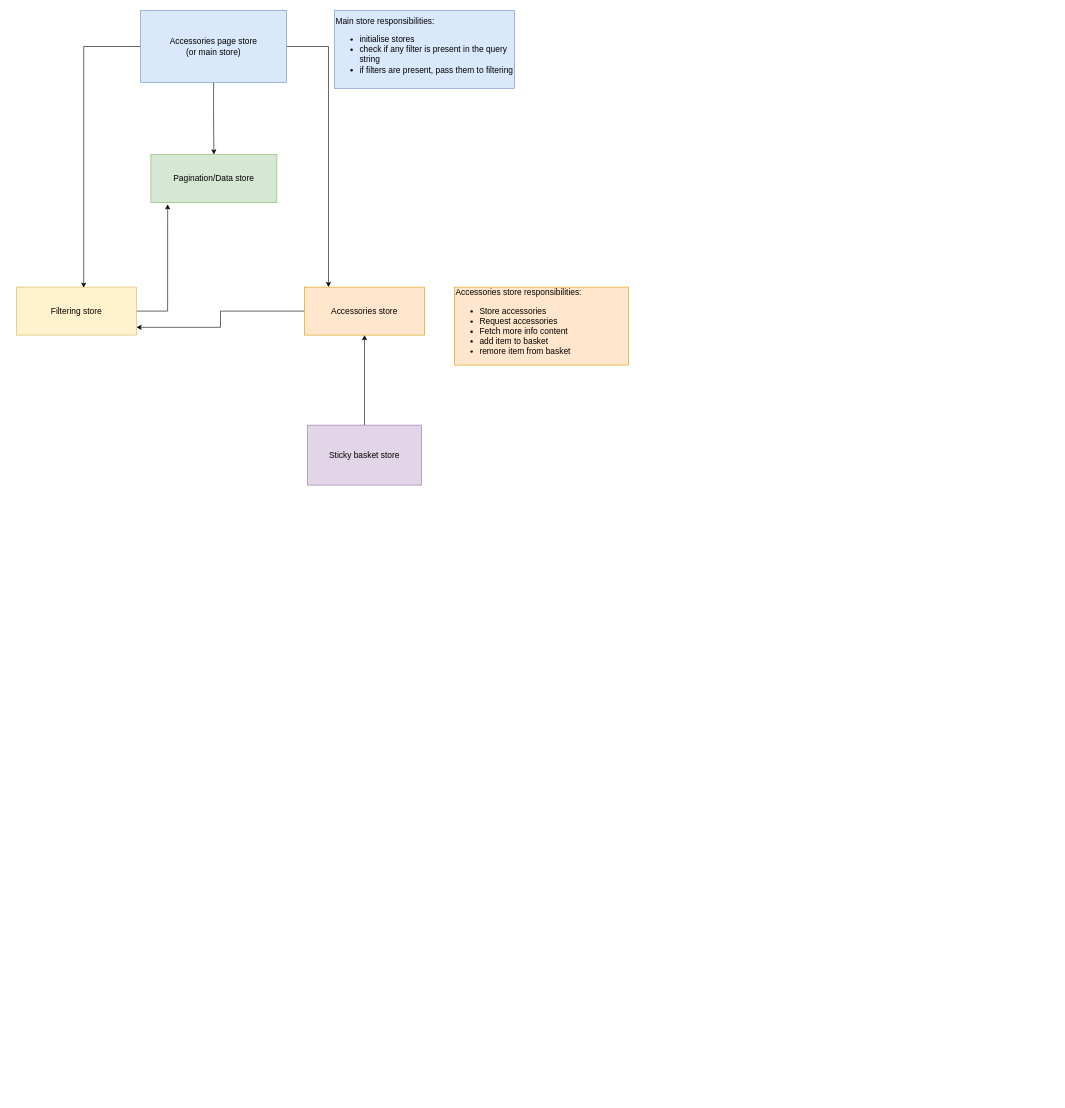
Earlier version of the draw.io diagram Untitled Diagram.drawio (silvanaweb/demo). Source tidied: cells renumbered, new cells numbered last; positions are measured from the earlier drawing's top-left corner, leaving out a move shared by most shapes. Both pictures are drawn from the tidied source at 60%, with x=0, y=0 at pixel (16, 10).
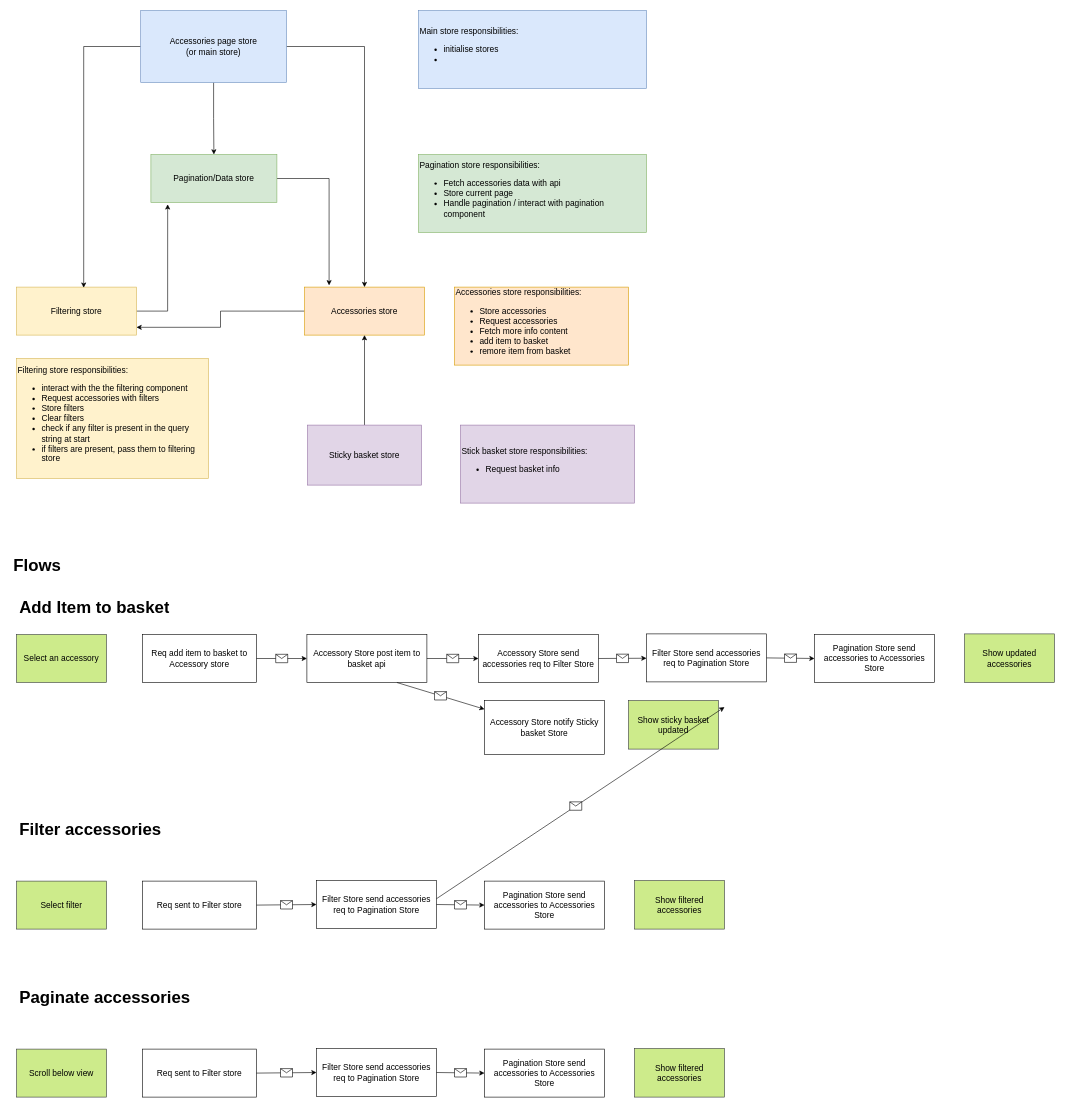
The same page after the edit.

The change refers to these unchanged cells:
```xml
<mxCell id="2" value="Pagination/Data store" style="rounded=0;whiteSpace=wrap;html=1;fillColor=#d5e8d4;strokeColor=#82b366;fontSize=14;" parent="1" vertex="1">
  <mxGeometry x="224" y="240" width="210" height="80" as="geometry" />
</mxCell>
<mxCell id="6" value="Accessories store" style="rounded=0;whiteSpace=wrap;html=1;fillColor=#ffe6cc;strokeColor=#d79b00;fontSize=14;" parent="1" vertex="1">
  <mxGeometry x="480" y="461" width="200" height="80" as="geometry" />
</mxCell>
<mxCell id="11" value="Accessories page store &lt;br style=&quot;font-size: 14px;&quot;&gt;(or main store)" style="rounded=0;whiteSpace=wrap;html=1;fillColor=#dae8fc;strokeColor=#6c8ebf;fontSize=14;" parent="1" vertex="1">
  <mxGeometry x="207" width="243" height="120" as="geometry" />
</mxCell>
```

What changed in the source:
```diff
@@
+    <mxCell id="15" style="edgeStyle=orthogonalEdgeStyle;rounded=0;jettySize=auto;html=1;entryX=0.205;entryY=-0.037;entryDx=0;entryDy=0;entryPerimeter=0;fontSize=14;" parent="1" edge="1" source="2" target="6">
+      <mxGeometry relative="1" as="geometry" />
+    </mxCell>
@@
-    <mxCell id="10" style="edgeStyle=orthogonalEdgeStyle;rounded=0;jettySize=auto;html=1;entryX=0.2;entryY=0;entryDx=0;entryDy=0;entryPerimeter=0;fontSize=14;" parent="1" edge="1" source="11" target="6">
+    <mxCell id="10" style="edgeStyle=orthogonalEdgeStyle;rounded=0;jettySize=auto;html=1;entryX=0.5;entryY=0;entryDx=0;entryDy=0;fontSize=14;" parent="1" edge="1" source="11" target="6">
       <mxGeometry relative="1" as="geometry" />
     </mxCell>
@@
-    <mxCell id="14" value="Main store responsibilities:&lt;br&gt;&lt;ul&gt;&lt;li&gt;initialise stores&lt;/li&gt;&lt;li&gt;check if any filter is present in the query string&lt;/li&gt;&lt;li&gt;if filters are present, pass them to filtering&lt;/li&gt;&lt;/ul&gt;" style="text;html=1;strokeColor=#6c8ebf;fillColor=#dae8fc;align=left;verticalAlign=middle;whiteSpace=wrap;rounded=0;fontSize=14;" parent="1" vertex="1">
-      <mxGeometry x="530" width="300" height="130" as="geometry" />
+    <mxCell id="14" value="Main store responsibilities:&lt;br&gt;&lt;ul&gt;&lt;li&gt;initialise stores&lt;/li&gt;&lt;li&gt;&lt;br&gt;&lt;/li&gt;&lt;/ul&gt;" style="text;html=1;strokeColor=#6c8ebf;fillColor=#dae8fc;align=left;verticalAlign=middle;whiteSpace=wrap;rounded=0;fontSize=14;" parent="1" vertex="1">
+      <mxGeometry x="670" width="380" height="130" as="geometry" />
     </mxCell>
+    <mxCell id="16" value="&lt;div&gt;&lt;span style=&quot;font-size: 14px&quot;&gt;Filtering store responsibilities:&lt;/span&gt;&lt;/div&gt;&lt;ul style=&quot;font-size: 14px&quot;&gt;&lt;li&gt;interact with the the filtering component&lt;/li&gt;&lt;li&gt;Request accessories with filters&lt;/li&gt;&lt;li&gt;Store filters&lt;/li&gt;&lt;li&gt;Clear filters&lt;/li&gt;&lt;li&gt;check if any filter is present in the query string at start&lt;/li&gt;&lt;li&gt;if filters are present, pass them to filtering store&lt;/li&gt;&lt;/ul&gt;" style="text;html=1;strokeColor=#d6b656;fillColor=#fff2cc;align=left;verticalAlign=middle;whiteSpace=wrap;rounded=0;" parent="1" vertex="1">
+      <mxGeometry y="580" width="320" height="200" as="geometry" />
+    </mxCell>
+    <mxCell id="17" value="Pagination store responsibilities:&lt;br&gt;&lt;ul&gt;&lt;li&gt;Fetch accessories data with api&lt;/li&gt;&lt;li&gt;Store current page&lt;/li&gt;&lt;li&gt;Handle pagination / interact with pagination component&lt;/li&gt;&lt;/ul&gt;" style="text;html=1;strokeColor=#82b366;fillColor=#d5e8d4;align=left;verticalAlign=middle;whiteSpace=wrap;rounded=0;fontSize=14;" parent="1" vertex="1">
+      <mxGeometry x="670" y="240" width="380" height="130" as="geometry" />
+    </mxCell>
+    <mxCell id="18" value="Req add item to basket to Accessory store" style="rounded=0;whiteSpace=wrap;html=1;fontSize=14;align=center;" parent="1" vertex="1">
+      <mxGeometry x="210" y="1040" width="190" height="80" as="geometry" />
+    </mxCell>
+    <mxCell id="19" value="Accessory Store post item to basket api" style="rounded=0;whiteSpace=wrap;html=1;fontSize=14;align=center;" parent="1" vertex="1">
+      <mxGeometry x="484" y="1040" width="200" height="80" as="geometry" />
+    </mxCell>
+    <mxCell id="20" value="&lt;h1&gt;Add Item to basket&lt;/h1&gt;" style="text;html=1;strokeColor=none;fillColor=none;spacing=5;spacingTop=-20;whiteSpace=wrap;overflow=hidden;rounded=0;fontSize=14;align=left;" parent="1" vertex="1">
+      <mxGeometry y="970" width="395" height="50" as="geometry" />
+    </mxCell>
+    <mxCell id="21" value="&lt;h1&gt;Flows&lt;/h1&gt;" style="text;html=1;strokeColor=none;fillColor=none;spacing=5;spacingTop=-20;whiteSpace=wrap;overflow=hidden;rounded=0;fontSize=14;align=left;" parent="1" vertex="1">
+      <mxGeometry x="-10" y="900" width="395" height="50" as="geometry" />
+    </mxCell>
+    <mxCell id="22" value="Accessory Store send accessories req to Filter Store" style="rounded=0;whiteSpace=wrap;html=1;fontSize=14;align=center;" parent="1" vertex="1">
+      <mxGeometry x="770" y="1040" width="200" height="80" as="geometry" />
+    </mxCell>
+    <mxCell id="23" style="endArrow=classic;html=1;fontSize=14;exitX=1;exitY=0.5;exitDx=0;exitDy=0;" parent="1" edge="1" source="19" target="22">
+      <mxGeometry relative="1" as="geometry" />
+    </mxCell>
+    <mxCell id="24" style="shape=message;html=1;" parent="23" vertex="1">
+      <mxGeometry width="20" height="14" relative="1" as="geometry">
+        <mxPoint x="-10" y="-7" as="offset" />
+      </mxGeometry>
+    </mxCell>
+    <mxCell id="25" style="endArrow=classic;html=1;fontSize=14;exitX=1;exitY=0.5;exitDx=0;exitDy=0;entryX=0;entryY=0.5;entryDx=0;entryDy=0;" parent="1" edge="1" source="18" target="19">
+      <mxGeometry relative="1" as="geometry" />
+    </mxCell>
+    <mxCell id="26" style="shape=message;html=1;" parent="25" vertex="1">
+      <mxGeometry width="20" height="14" relative="1" as="geometry">
+        <mxPoint x="-10" y="-7" as="offset" />
+      </mxGeometry>
+    </mxCell>
+    <mxCell id="27" value="Filter Store send accessories req to Pagination Store" style="rounded=0;whiteSpace=wrap;html=1;fontSize=14;align=center;" parent="1" vertex="1">
+      <mxGeometry x="1050" y="1039" width="200" height="80" as="geometry" />
+    </mxCell>
+    <mxCell id="28" style="endArrow=classic;html=1;fontSize=14;exitX=1;exitY=0.5;exitDx=0;exitDy=0;" parent="1" edge="1" source="22" target="27">
+      <mxGeometry relative="1" as="geometry" />
+    </mxCell>
+    <mxCell id="29" style="shape=message;html=1;" parent="28" vertex="1">
+      <mxGeometry width="20" height="14" relative="1" as="geometry">
+        <mxPoint x="-10" y="-7" as="offset" />
+      </mxGeometry>
+    </mxCell>
+    <mxCell id="30" value="Pagination Store send accessories to Accessories Store" style="rounded=0;whiteSpace=wrap;html=1;fontSize=14;align=center;" parent="1" vertex="1">
+      <mxGeometry x="1330" y="1040" width="200" height="80" as="geometry" />
+    </mxCell>
+    <mxCell id="31" style="endArrow=classic;html=1;fontSize=14;exitX=1;exitY=0.5;exitDx=0;exitDy=0;entryX=0;entryY=0.5;entryDx=0;entryDy=0;" parent="1" edge="1" source="27" target="30">
+      <mxGeometry relative="1" as="geometry" />
+    </mxCell>
+    <mxCell id="32" style="shape=message;html=1;" parent="31" vertex="1">
+      <mxGeometry width="20" height="14" relative="1" as="geometry">
+        <mxPoint x="-10" y="-7" as="offset" />
+      </mxGeometry>
+    </mxCell>
+    <mxCell id="33" value="&lt;div&gt;&lt;span style=&quot;font-size: 14px&quot;&gt;Stick basket store responsibilities:&lt;/span&gt;&lt;/div&gt;&lt;ul style=&quot;font-size: 14px&quot;&gt;&lt;li&gt;Request basket info&lt;/li&gt;&lt;/ul&gt;" style="text;html=1;strokeColor=#9673a6;fillColor=#e1d5e7;align=left;verticalAlign=middle;whiteSpace=wrap;rounded=0;" parent="1" vertex="1">
+      <mxGeometry x="740" y="691" width="290" height="130" as="geometry" />
+    </mxCell>
+    <mxCell id="34" value="Accessory Store notify Sticky basket Store" style="rounded=0;whiteSpace=wrap;html=1;fontSize=14;align=center;" parent="1" vertex="1">
+      <mxGeometry x="780" y="1150" width="200" height="90" as="geometry" />
+    </mxCell>
+    <mxCell id="35" style="endArrow=classic;html=1;fontSize=14;exitX=0.75;exitY=1;exitDx=0;exitDy=0;" parent="1" edge="1" source="19" target="34">
+      <mxGeometry relative="1" as="geometry" />
+    </mxCell>
+    <mxCell id="36" style="shape=message;html=1;" parent="35" vertex="1">
+      <mxGeometry width="20" height="14" relative="1" as="geometry">
+        <mxPoint x="-10" y="-7" as="offset" />
+      </mxGeometry>
+    </mxCell>
+    <mxCell id="37" value="Show updated accessories" style="rounded=0;whiteSpace=wrap;html=1;fontSize=14;align=center;fillColor=#cdeb8b;strokeColor=#36393d;" parent="1" vertex="1">
+      <mxGeometry x="1580" y="1039" width="150" height="81" as="geometry" />
+    </mxCell>
+    <mxCell id="38" value="Show sticky basket updated" style="rounded=0;whiteSpace=wrap;html=1;fontSize=14;align=center;fillColor=#cdeb8b;strokeColor=#36393d;" parent="1" vertex="1">
+      <mxGeometry x="1020" y="1150" width="150" height="81" as="geometry" />
+    </mxCell>
+    <mxCell id="39" value="Select an accessory" style="rounded=0;whiteSpace=wrap;html=1;fontSize=14;align=center;fillColor=#cdeb8b;strokeColor=#36393d;" parent="1" vertex="1">
+      <mxGeometry y="1040" width="150" height="80" as="geometry" />
+    </mxCell>
+    <mxCell id="40" value="Req sent to Filter store" style="rounded=0;whiteSpace=wrap;html=1;fontSize=14;align=center;" parent="1" vertex="1">
+      <mxGeometry x="210" y="1451" width="190" height="80" as="geometry" />
+    </mxCell>
+    <mxCell id="41" style="endArrow=classic;html=1;fontSize=14;exitX=1;exitY=0.5;exitDx=0;exitDy=0;" parent="1" edge="1">
+      <mxGeometry relative="1" as="geometry">
+        <mxPoint x="684" y="1491" as="sourcePoint" />
+        <mxPoint x="1180" y="1161" as="targetPoint" />
+      </mxGeometry>
+    </mxCell>
+    <mxCell id="42" style="shape=message;html=1;" parent="41" vertex="1">
+      <mxGeometry width="20" height="14" relative="1" as="geometry">
+        <mxPoint x="-10" y="-7" as="offset" />
+      </mxGeometry>
+    </mxCell>
+    <mxCell id="43" style="endArrow=classic;html=1;fontSize=14;exitX=1;exitY=0.5;exitDx=0;exitDy=0;entryX=0;entryY=0.5;entryDx=0;entryDy=0;" parent="1" edge="1" source="40" target="45">
+      <mxGeometry relative="1" as="geometry" />
+    </mxCell>
+    <mxCell id="44" style="shape=message;html=1;" parent="43" vertex="1">
+      <mxGeometry width="20" height="14" relative="1" as="geometry">
+        <mxPoint x="-10" y="-7" as="offset" />
+      </mxGeometry>
+    </mxCell>
+    <mxCell id="45" value="Filter Store send accessories req to Pagination Store" style="rounded=0;whiteSpace=wrap;html=1;fontSize=14;align=center;" parent="1" vertex="1">
+      <mxGeometry x="500" y="1450" width="200" height="80" as="geometry" />
+    </mxCell>
+    <mxCell id="46" value="Pagination Store send accessories to Accessories Store" style="rounded=0;whiteSpace=wrap;html=1;fontSize=14;align=center;" parent="1" vertex="1">
+      <mxGeometry x="780" y="1451" width="200" height="80" as="geometry" />
+    </mxCell>
+    <mxCell id="47" style="endArrow=classic;html=1;fontSize=14;exitX=1;exitY=0.5;exitDx=0;exitDy=0;entryX=0;entryY=0.5;entryDx=0;entryDy=0;" parent="1" edge="1" source="45" target="46">
+      <mxGeometry relative="1" as="geometry" />
+    </mxCell>
+    <mxCell id="48" style="shape=message;html=1;" parent="47" vertex="1">
+      <mxGeometry width="20" height="14" relative="1" as="geometry">
+        <mxPoint x="-10" y="-7" as="offset" />
+      </mxGeometry>
+    </mxCell>
+    <mxCell id="49" value="Show filtered accessories" style="rounded=0;whiteSpace=wrap;html=1;fontSize=14;align=center;fillColor=#cdeb8b;strokeColor=#36393d;" parent="1" vertex="1">
+      <mxGeometry x="1030" y="1450" width="150" height="81" as="geometry" />
+    </mxCell>
+    <mxCell id="50" value="Select filter" style="rounded=0;whiteSpace=wrap;html=1;fontSize=14;align=center;fillColor=#cdeb8b;strokeColor=#36393d;" parent="1" vertex="1">
+      <mxGeometry y="1451" width="150" height="80" as="geometry" />
+    </mxCell>
+    <mxCell id="51" value="&lt;h1&gt;Filter accessories&lt;/h1&gt;" style="text;html=1;strokeColor=none;fillColor=none;spacing=5;spacingTop=-20;whiteSpace=wrap;overflow=hidden;rounded=0;fontSize=14;align=left;" parent="1" vertex="1">
+      <mxGeometry y="1340" width="395" height="50" as="geometry" />
+    </mxCell>
+    <mxCell id="52" value="Req sent to Filter store" style="rounded=0;whiteSpace=wrap;html=1;fontSize=14;align=center;" parent="1" vertex="1">
+      <mxGeometry x="210" y="1731" width="190" height="80" as="geometry" />
+    </mxCell>
+    <mxCell id="53" style="endArrow=classic;html=1;fontSize=14;exitX=1;exitY=0.5;exitDx=0;exitDy=0;entryX=0;entryY=0.5;entryDx=0;entryDy=0;" parent="1" edge="1" source="52" target="55">
+      <mxGeometry relative="1" as="geometry" />
+    </mxCell>
+    <mxCell id="54" style="shape=message;html=1;" parent="53" vertex="1">
+      <mxGeometry width="20" height="14" relative="1" as="geometry">
+        <mxPoint x="-10" y="-7" as="offset" />
+      </mxGeometry>
+    </mxCell>
+    <mxCell id="55" value="Filter Store send accessories req to Pagination Store" style="rounded=0;whiteSpace=wrap;html=1;fontSize=14;align=center;" parent="1" vertex="1">
+      <mxGeometry x="500" y="1730" width="200" height="80" as="geometry" />
+    </mxCell>
+    <mxCell id="56" value="Pagination Store send accessories to Accessories Store" style="rounded=0;whiteSpace=wrap;html=1;fontSize=14;align=center;" parent="1" vertex="1">
+      <mxGeometry x="780" y="1731" width="200" height="80" as="geometry" />
+    </mxCell>
+    <mxCell id="57" style="endArrow=classic;html=1;fontSize=14;exitX=1;exitY=0.5;exitDx=0;exitDy=0;entryX=0;entryY=0.5;entryDx=0;entryDy=0;" parent="1" edge="1" source="55" target="56">
+      <mxGeometry relative="1" as="geometry" />
+    </mxCell>
+    <mxCell id="58" style="shape=message;html=1;" parent="57" vertex="1">
+      <mxGeometry width="20" height="14" relative="1" as="geometry">
+        <mxPoint x="-10" y="-7" as="offset" />
+      </mxGeometry>
+    </mxCell>
+    <mxCell id="59" value="Show filtered accessories" style="rounded=0;whiteSpace=wrap;html=1;fontSize=14;align=center;fillColor=#cdeb8b;strokeColor=#36393d;" parent="1" vertex="1">
+      <mxGeometry x="1030" y="1730" width="150" height="81" as="geometry" />
+    </mxCell>
+    <mxCell id="60" value="Scroll below view" style="rounded=0;whiteSpace=wrap;html=1;fontSize=14;align=center;fillColor=#cdeb8b;strokeColor=#36393d;" parent="1" vertex="1">
+      <mxGeometry y="1731" width="150" height="80" as="geometry" />
+    </mxCell>
+    <mxCell id="61" value="&lt;h1&gt;Paginate accessories&lt;/h1&gt;" style="text;html=1;strokeColor=none;fillColor=none;spacing=5;spacingTop=-20;whiteSpace=wrap;overflow=hidden;rounded=0;fontSize=14;align=left;" parent="1" vertex="1">
+      <mxGeometry y="1620" width="395" height="50" as="geometry" />
+    </mxCell>
```
